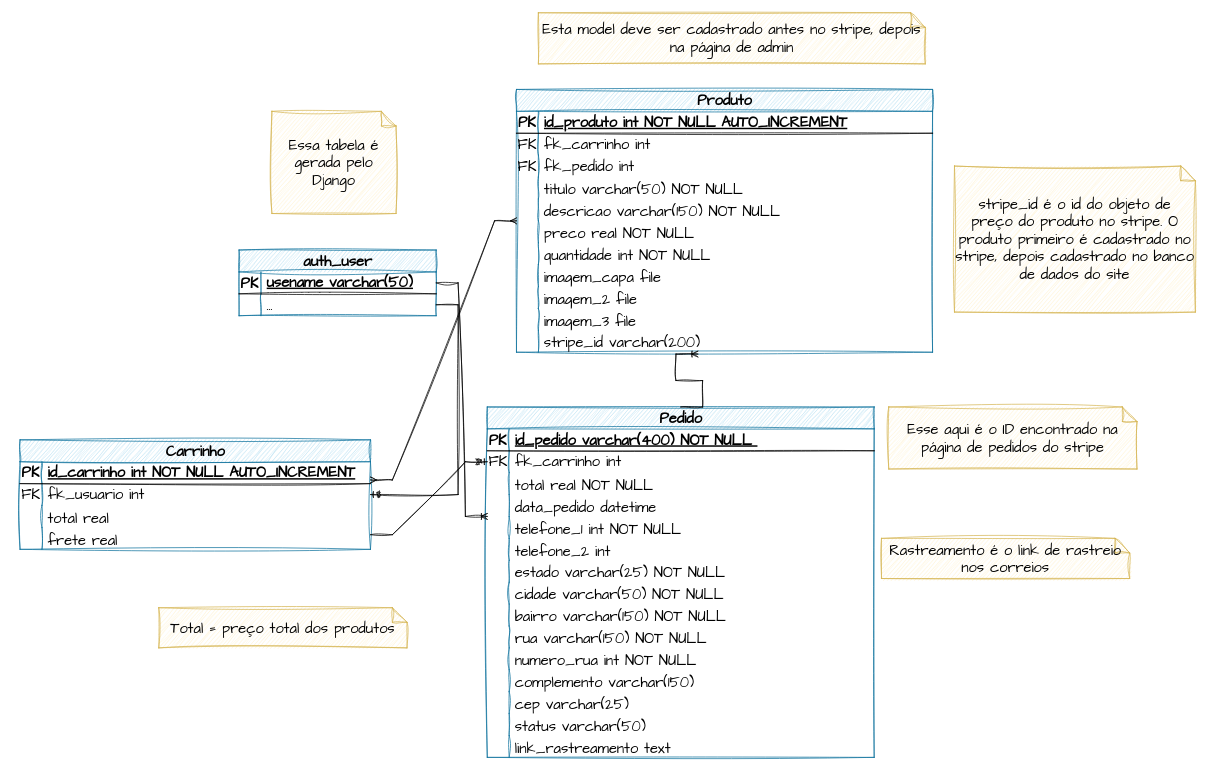
Before: docs/DER.drawio in rafaelngoncalves5/classewatches, a draw.io diagram. Source tidied: cells renumbered, new cells numbered last; positions are measured from the earlier drawing's top-left corner, leaving out a move shared by most shapes. Both pictures are drawn from the tidied source at 73%, with x=0, y=0 at pixel (20, 12).
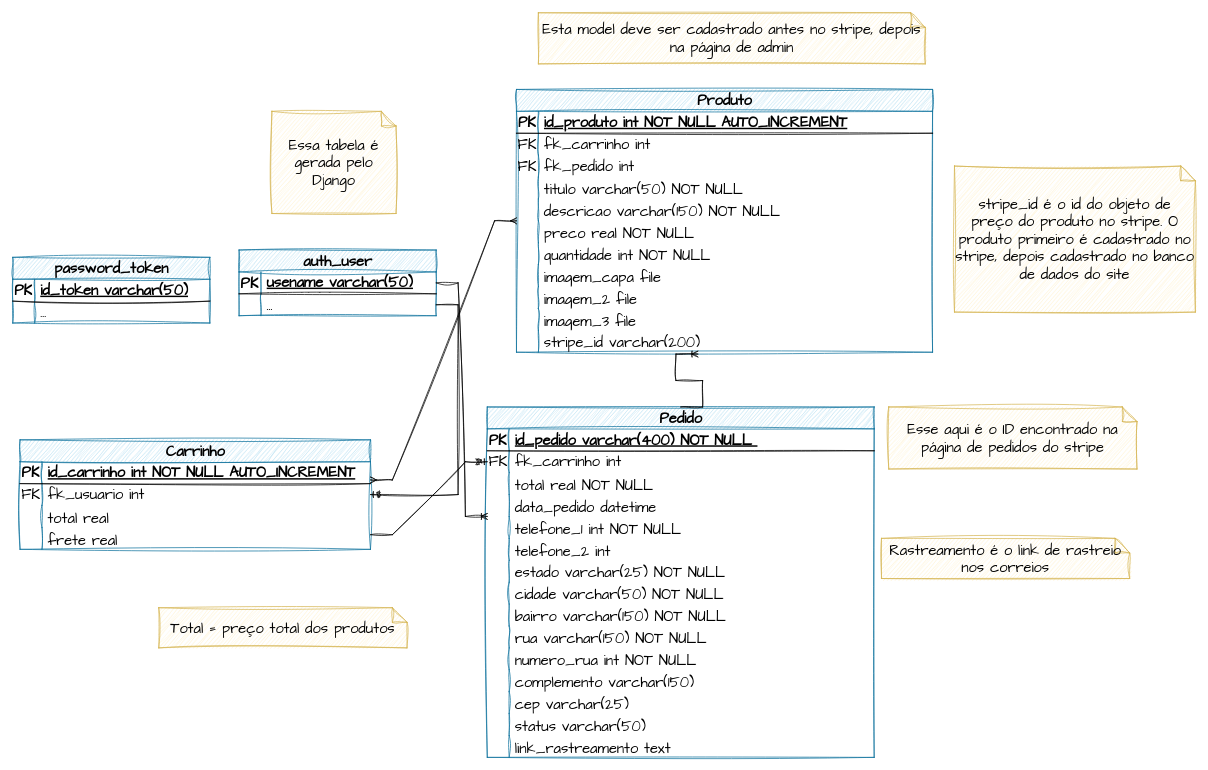
The same page after the edit.

Change to the diagram source:
```diff
@@
+    <mxCell id="113" value="password_token" style="shape=table;startSize=30;childLayout=tableLayout;rowLines=0;fontStyle=1;align=center;html=1;sketch=1;hachureGap=4;jiggle=2;curveFitting=1;fontFamily=Architects Daughter;fontSize=20;fillColor=#b1ddf0;strokeColor=#10739e;" parent="1" vertex="1">
+      <mxGeometry x="-10" y="335" width="270" height="90" as="geometry" />
+    </mxCell>
+    <mxCell id="114" style="shape=tableRow;horizontal=0;startSize=0;swimlaneHead=0;swimlaneBody=0;fillColor=none;top=0;left=0;right=0;bottom=1;sketch=1;hachureGap=4;jiggle=2;curveFitting=1;fontFamily=Architects Daughter;fontSize=20;" parent="113" vertex="1">
+      <mxGeometry y="30" width="270" height="30" as="geometry" />
+    </mxCell>
+    <mxCell id="115" value="PK" style="shape=partialRectangle;fillColor=none;top=0;left=0;bottom=0;right=0;fontStyle=1;overflow=hidden;whiteSpace=wrap;html=1;sketch=1;hachureGap=4;jiggle=2;curveFitting=1;fontFamily=Architects Daughter;fontSize=20;" parent="114" vertex="1">
+      <mxGeometry width="30" height="30" as="geometry" />
+    </mxCell>
+    <mxCell id="116" value="id_token varchar(50)" style="shape=partialRectangle;fillColor=none;top=0;left=0;bottom=0;right=0;align=left;spacingLeft=6;fontStyle=5;overflow=hidden;whiteSpace=wrap;html=1;sketch=1;hachureGap=4;jiggle=2;curveFitting=1;fontFamily=Architects Daughter;fontSize=20;" parent="114" vertex="1">
+      <mxGeometry x="30" width="240" height="30" as="geometry" />
+    </mxCell>
+    <mxCell id="117" style="shape=tableRow;horizontal=0;startSize=0;swimlaneHead=0;swimlaneBody=0;fillColor=none;top=0;left=0;right=0;bottom=0;sketch=1;hachureGap=4;jiggle=2;curveFitting=1;fontFamily=Architects Daughter;fontSize=20;" parent="113" vertex="1">
+      <mxGeometry y="60" width="270" height="30" as="geometry" />
+    </mxCell>
+    <mxCell id="118" style="shape=partialRectangle;fillColor=none;top=0;left=0;bottom=0;right=0;overflow=hidden;whiteSpace=wrap;html=1;sketch=1;hachureGap=4;jiggle=2;curveFitting=1;fontFamily=Architects Daughter;fontSize=20;" parent="117" vertex="1">
+      <mxGeometry width="30" height="30" as="geometry" />
+    </mxCell>
+    <mxCell id="119" value="..." style="shape=partialRectangle;fillColor=none;top=0;left=0;bottom=0;right=0;align=left;spacingLeft=6;overflow=hidden;whiteSpace=wrap;html=1;sketch=1;hachureGap=4;jiggle=2;curveFitting=1;fontFamily=Architects Daughter;fontSize=20;" parent="117" vertex="1">
+      <mxGeometry x="30" width="240" height="30" as="geometry" />
+    </mxCell>
```
